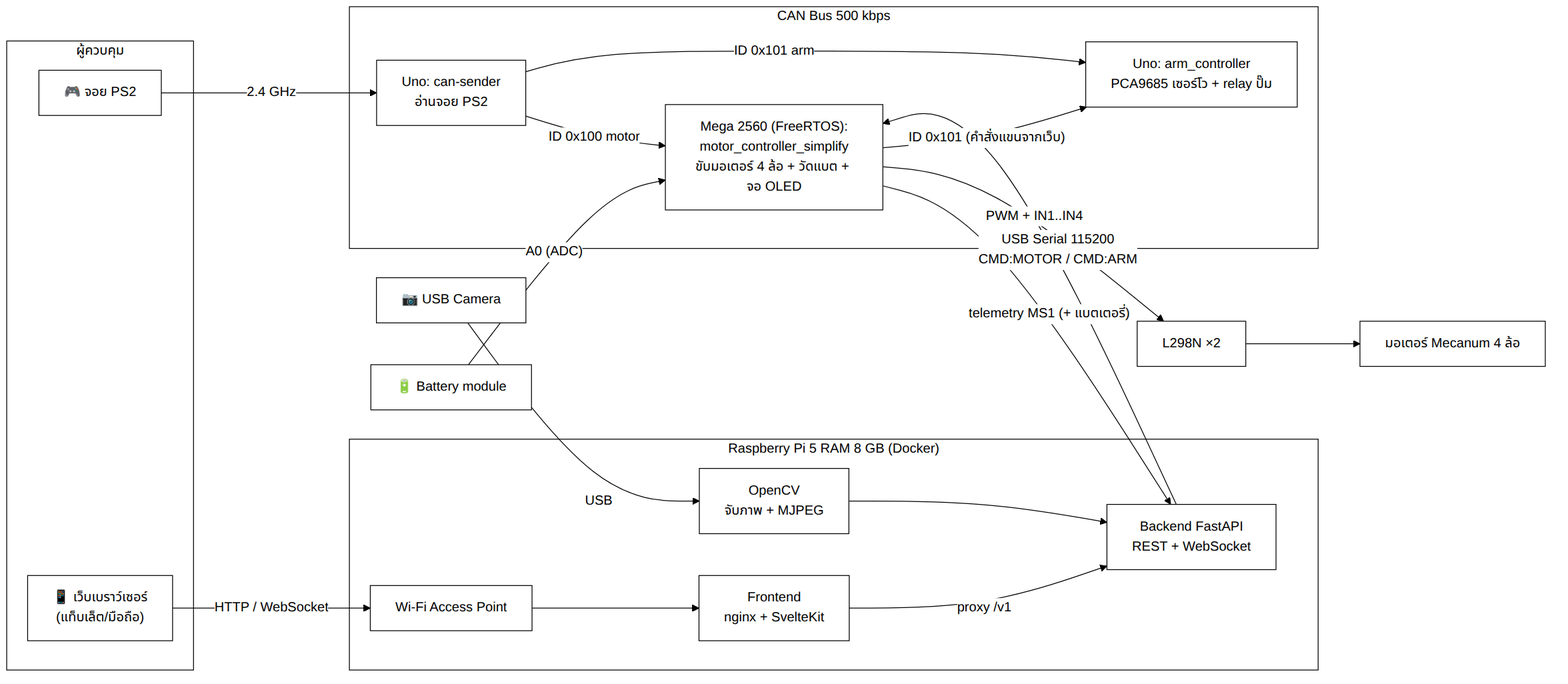
Earlier version of the Mermaid export docs/images/2-1-system-architecture.png (SaktanuthPeak/durian-bot). Its source is kept beside it as docs/diagrams/2-1-system-architecture.mmd.
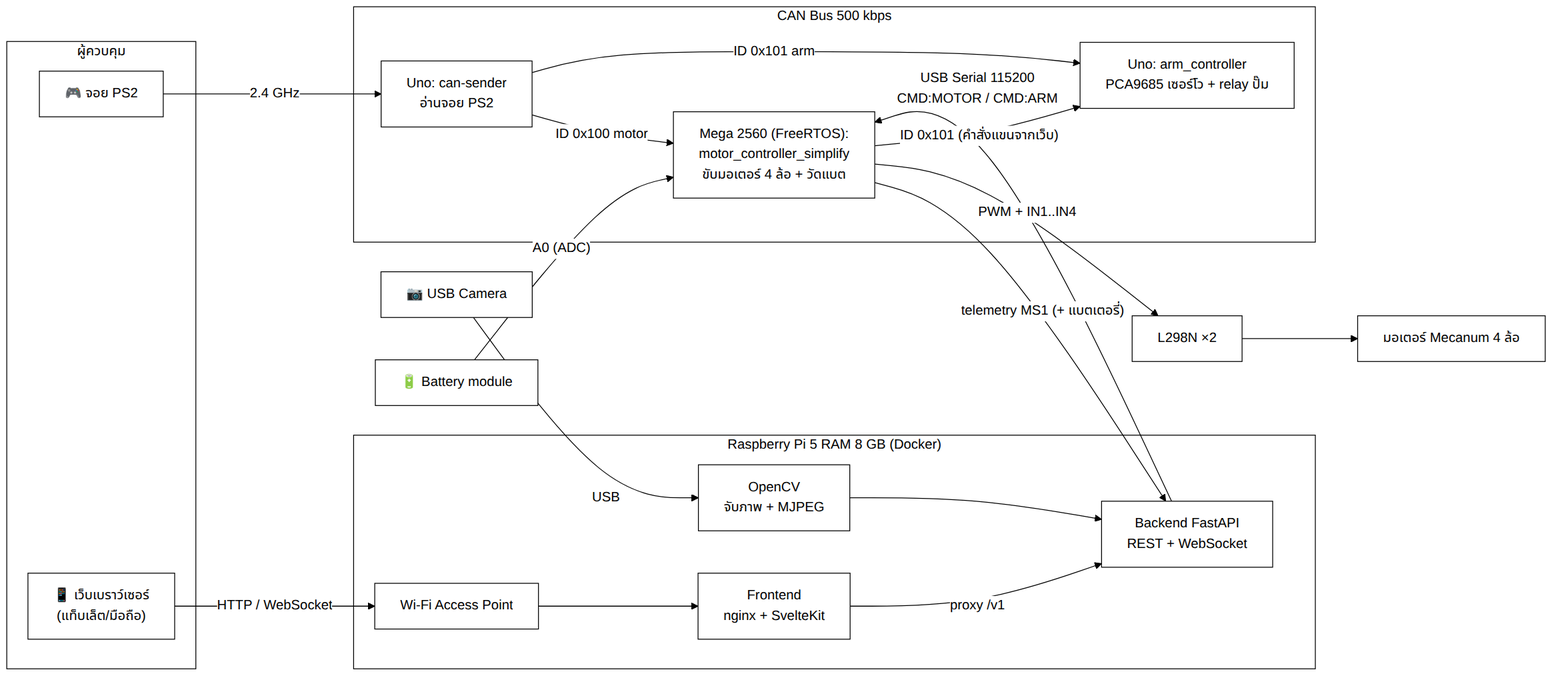
The same file after the commit.

What changed in the source:
```diff
@@ -16,7 +16,7 @@
 
     subgraph CAN["CAN Bus 500 kbps"]
         SENDER["Uno: can-sender<br/>อ่านจอย PS2"]
-        MEGA["Mega 2560 (FreeRTOS):<br/>motor_controller_simplify<br/>ขับมอเตอร์ 4 ล้อ + วัดแบต + จอ OLED"]
+        MEGA["Mega 2560 (FreeRTOS):<br/>motor_controller_simplify<br/>ขับมอเตอร์ 4 ล้อ + วัดแบต"]
         ARM["Uno: arm_controller<br/>PCA9685 เซอร์โว + relay ปั๊ม"]
     end
 
```
